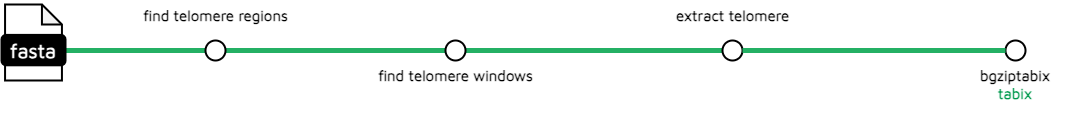
The draw.io diagram docs/images/v1-1-0/treeval_1_1_0_telo_finder.png in sanger-tol/treeval, before a commit. Source tidied: cells renumbered, new cells last; positions are measured from the earlier drawing's top-left corner, leaving out a move shared by most shapes.
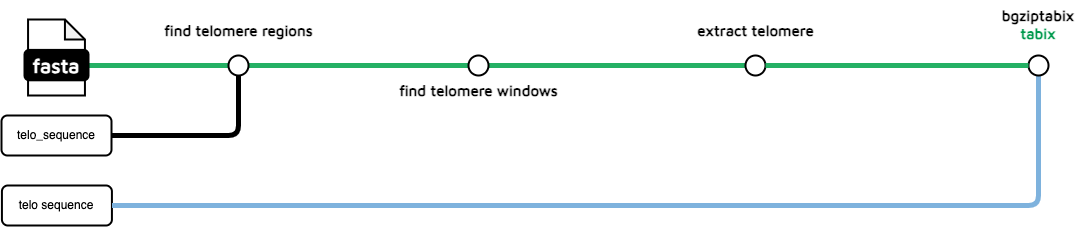
Later version of the same file.

What changed in the source:
```diff
@@ -2,43 +2,66 @@
   <root>
     <mxCell id="0" />
     <mxCell id="1" parent="0" />
-    <mxCell id="2" style="endArrow=none;html=1;rounded=1;strokeWidth=5;strokeColor=#24B064;entryX=0;entryY=0.5;entryDx=0;entryDy=0;labelBackgroundColor=none;" parent="1" edge="1" target="9">
-      <mxGeometry relative="1" as="geometry">
-        <mxPoint x="64" y="50" as="sourcePoint" />
-      </mxGeometry>
+    <mxCell id="2" value="telo sequence" style="rounded=1;whiteSpace=wrap;html=1;strokeWidth=2;labelBackgroundColor=none;" parent="1" vertex="1">
+      <mxGeometry x="4797.4" y="6700" width="110" height="40" as="geometry" />
     </mxCell>
-    <mxCell id="3" style="ellipse;whiteSpace=wrap;html=1;rounded=1;rotation=0;strokeWidth=2;labelBackgroundColor=none;" parent="1" vertex="1">
-      <mxGeometry x="204" y="40" width="20" height="20" as="geometry" />
+    <mxCell id="3" style="endArrow=none;html=1;rounded=1;strokeWidth=5;strokeColor=#7EB2DD;labelBackgroundColor=none;exitX=1;exitY=0.5;exitDx=0;exitDy=0;" parent="1" edge="1" source="2">
+      <mxGeometry relative="1" as="geometry">
+        <mxPoint x="5834" y="6590" as="targetPoint" />
+        <Array as="points">
+          <mxPoint x="5174" y="6720" />
+          <mxPoint x="5834" y="6720" />
+        </Array>
+      </mxGeometry>
     </mxCell>
-    <mxCell id="4" style="ellipse;whiteSpace=wrap;html=1;rounded=1;rotation=0;strokeWidth=2;labelBackgroundColor=none;" parent="1" vertex="1">
-      <mxGeometry x="444" y="40" width="20" height="20" as="geometry" />
+    <mxCell id="4" style="endArrow=none;html=1;rounded=1;strokeWidth=5;labelBackgroundColor=none;entryX=0.5;entryY=1;entryDx=0;entryDy=0;" parent="1" edge="1" target="6">
+      <mxGeometry relative="1" as="geometry">
+        <mxPoint x="4904" y="6650" as="sourcePoint" />
+        <Array as="points">
+          <mxPoint x="5034" y="6650" />
+        </Array>
+      </mxGeometry>
     </mxCell>
-    <mxCell id="5" style="ellipse;whiteSpace=wrap;html=1;rounded=1;rotation=0;strokeWidth=2;labelBackgroundColor=none;" parent="1" vertex="1">
-      <mxGeometry x="1004" y="40" width="20" height="20" as="geometry" />
+    <mxCell id="5" style="endArrow=none;html=1;rounded=1;strokeWidth=5;strokeColor=#24B064;entryX=0;entryY=0.5;entryDx=0;entryDy=0;labelBackgroundColor=none;" parent="1" edge="1" target="12">
+      <mxGeometry relative="1" as="geometry">
+        <mxPoint x="4884" y="6580" as="sourcePoint" />
+      </mxGeometry>
     </mxCell>
-    <mxCell id="6" value="find telomere regions" style="text;html=1;align=center;verticalAlign=middle;points=[];strokeColor=none;fillColor=none;fontSize=15;fontFamily=Maven Pro;fontSource=https%3A%2F%2Ffonts.googleapis.com%2Fcss%3Ffamily%3DMaven%2BPro;fontStyle=1;labelBackgroundColor=none;" parent="1" vertex="1">
-      <mxGeometry x="129" width="170" height="30" as="geometry" />
+    <mxCell id="6" style="ellipse;whiteSpace=wrap;html=1;rounded=1;rotation=0;strokeWidth=2;labelBackgroundColor=none;" parent="1" vertex="1">
+      <mxGeometry x="5024" y="6570" width="20" height="20" as="geometry" />
     </mxCell>
-    <mxCell id="7" value="find telomere windows" style="text;html=1;align=center;verticalAlign=middle;strokeColor=none;fillColor=none;fontSize=15;fontFamily=Maven Pro;fontSource=https%3A%2F%2Ffonts.googleapis.com%2Fcss%3Ffamily%3DMaven%2BPro;fontStyle=1;labelBackgroundColor=none;" parent="1" vertex="1">
-      <mxGeometry x="364" y="60" width="180" height="30" as="geometry" />
+    <mxCell id="7" style="ellipse;whiteSpace=wrap;html=1;rounded=1;rotation=0;strokeWidth=2;labelBackgroundColor=none;" parent="1" vertex="1">
+      <mxGeometry x="5264" y="6570" width="20" height="20" as="geometry" />
     </mxCell>
-    <mxCell id="8" value="extract telomere" style="text;html=1;align=center;verticalAlign=middle;points=[];strokeColor=none;fillColor=none;fontSize=15;fontFamily=Maven Pro;fontSource=https%3A%2F%2Ffonts.googleapis.com%2Fcss%3Ffamily%3DMaven%2BPro;fontStyle=1;labelBackgroundColor=none;" parent="1" vertex="1">
-      <mxGeometry x="661" width="140" height="30" as="geometry" />
+    <mxCell id="8" style="ellipse;whiteSpace=wrap;html=1;rounded=1;rotation=0;strokeWidth=2;labelBackgroundColor=none;" parent="1" vertex="1">
+      <mxGeometry x="5824" y="6570" width="20" height="20" as="geometry" />
     </mxCell>
-    <mxCell id="9" style="ellipse;whiteSpace=wrap;html=1;rounded=1;rotation=0;strokeWidth=2;labelBackgroundColor=none;" parent="1" vertex="1">
-      <mxGeometry x="721" y="40" width="20" height="20" as="geometry" />
+    <mxCell id="9" value="find telomere regions" style="text;html=1;align=center;verticalAlign=middle;points=[];strokeColor=none;fillColor=none;fontSize=15;fontFamily=Maven Pro;fontSource=https%3A%2F%2Ffonts.googleapis.com%2Fcss%3Ffamily%3DMaven%2BPro;fontStyle=1;labelBackgroundColor=none;" parent="1" vertex="1">
+      <mxGeometry x="4949" y="6530" width="170" height="30" as="geometry" />
     </mxCell>
-    <mxCell id="10" style="endArrow=none;html=1;rounded=1;strokeWidth=5;strokeColor=#24B064;entryX=0;entryY=0.5;entryDx=0;entryDy=0;labelBackgroundColor=none;" parent="1" edge="1" source="9" target="5">
-      <mxGeometry relative="1" as="geometry" />
+    <mxCell id="10" value="find telomere windows" style="text;html=1;align=center;verticalAlign=middle;strokeColor=none;fillColor=none;fontSize=15;fontFamily=Maven Pro;fontSource=https%3A%2F%2Ffonts.googleapis.com%2Fcss%3Ffamily%3DMaven%2BPro;fontStyle=1;labelBackgroundColor=none;" parent="1" vertex="1">
+      <mxGeometry x="5184" y="6590" width="180" height="30" as="geometry" />
     </mxCell>
-    <mxCell id="11" value="&lt;span style=&quot;color: rgb(0, 0, 0); font-family: &amp;quot;Maven Pro&amp;quot;; font-size: 15px; font-style: normal; font-variant-ligatures: normal; font-variant-caps: normal; font-weight: 700; letter-spacing: normal; orphans: 2; text-indent: 0px; text-transform: none; widows: 2; word-spacing: 0px; -webkit-text-stroke-width: 0px; text-decoration-thickness: initial; text-decoration-style: initial; text-decoration-color: initial; float: none; display: inline !important;&quot;&gt;bgziptabix&lt;/span&gt;&lt;br style=&quot;border-color: var(--border-color); color: rgb(0, 0, 0); font-family: &amp;quot;Maven Pro&amp;quot;; font-size: 15px; font-style: normal; font-variant-ligatures: normal; font-variant-caps: normal; font-weight: 700; letter-spacing: normal; orphans: 2; text-indent: 0px; text-transform: none; widows: 2; word-spacing: 0px; -webkit-text-stroke-width: 0px; text-decoration-thickness: initial; text-decoration-style: initial; text-decoration-color: initial;&quot;&gt;&lt;font color=&quot;#00994d&quot; style=&quot;border-color: var(--border-color); font-family: &amp;quot;Maven Pro&amp;quot;; font-size: 15px; font-style: normal; font-variant-ligatures: normal; font-variant-caps: normal; font-weight: 700; letter-spacing: normal; orphans: 2; text-indent: 0px; text-transform: none; widows: 2; word-spacing: 0px; -webkit-text-stroke-width: 0px; text-decoration-thickness: initial; text-decoration-style: initial; text-decoration-color: initial;&quot;&gt;tabix&lt;/font&gt;" style="text;whiteSpace=wrap;html=1;align=center;labelBackgroundColor=none;" parent="1" vertex="1">
-      <mxGeometry x="964" y="60" width="100" height="60" as="geometry" />
+    <mxCell id="11" value="extract telomere" style="text;html=1;align=center;verticalAlign=middle;strokeColor=none;fillColor=none;fontSize=15;fontFamily=Maven Pro;fontSource=https%3A%2F%2Ffonts.googleapis.com%2Fcss%3Ffamily%3DMaven%2BPro;fontStyle=1;labelBackgroundColor=none;" parent="1" vertex="1">
+      <mxGeometry x="5481" y="6530" width="140" height="30" as="geometry" />
     </mxCell>
-    <mxCell id="12" style="shape=note;whiteSpace=wrap;html=1;backgroundOutline=1;darkOpacity=0.05;rounded=1;size=20;strokeWidth=2;labelBackgroundColor=none;" parent="1" vertex="1">
-      <mxGeometry x="3.6" y="4" width="56.9" height="76" as="geometry" />
+    <mxCell id="12" style="ellipse;whiteSpace=wrap;html=1;rounded=1;rotation=0;strokeWidth=2;labelBackgroundColor=none;" parent="1" vertex="1">
+      <mxGeometry x="5541" y="6570" width="20" height="20" as="geometry" />
     </mxCell>
-    <mxCell id="13" value="&lt;font face=&quot;Maven Pro&quot; color=&quot;#ffffff&quot;&gt;&lt;b&gt;&lt;font style=&quot;font-size: 20px;&quot;&gt;fasta&lt;/font&gt;&lt;/b&gt;&lt;/font&gt;" style="rounded=1;whiteSpace=wrap;html=1;strokeWidth=2;fillColor=#000000;labelBackgroundColor=none;" parent="1" vertex="1">
-      <mxGeometry y="34.4" width="64" height="30.4" as="geometry" />
+    <mxCell id="13" style="endArrow=none;html=1;rounded=1;strokeWidth=5;strokeColor=#24B064;entryX=0;entryY=0.5;entryDx=0;entryDy=0;labelBackgroundColor=none;" parent="1" edge="1" source="12" target="8">
+      <mxGeometry relative="1" as="geometry" />
     </mxCell>
+    <mxCell id="14" value="&lt;span style=&quot;color: rgb(0, 0, 0); font-family: &amp;quot;Maven Pro&amp;quot;; font-size: 15px; font-style: normal; font-variant-ligatures: normal; font-variant-caps: normal; font-weight: 700; letter-spacing: normal; orphans: 2; text-indent: 0px; text-transform: none; widows: 2; word-spacing: 0px; -webkit-text-stroke-width: 0px; text-decoration-thickness: initial; text-decoration-style: initial; text-decoration-color: initial; float: none; display: inline !important;&quot;&gt;bgziptabix&lt;/span&gt;&lt;br style=&quot;border-color: var(--border-color); color: rgb(0, 0, 0); font-family: &amp;quot;Maven Pro&amp;quot;; font-size: 15px; font-style: normal; font-variant-ligatures: normal; font-variant-caps: normal; font-weight: 700; letter-spacing: normal; orphans: 2; text-indent: 0px; text-transform: none; widows: 2; word-spacing: 0px; -webkit-text-stroke-width: 0px; text-decoration-thickness: initial; text-decoration-style: initial; text-decoration-color: initial;&quot;&gt;&lt;font color=&quot;#00994d&quot; style=&quot;border-color: var(--border-color); font-family: &amp;quot;Maven Pro&amp;quot;; font-size: 15px; font-style: normal; font-variant-ligatures: normal; font-variant-caps: normal; font-weight: 700; letter-spacing: normal; orphans: 2; text-indent: 0px; text-transform: none; widows: 2; word-spacing: 0px; -webkit-text-stroke-width: 0px; text-decoration-thickness: initial; text-decoration-style: initial; text-decoration-color: initial;&quot;&gt;tabix&lt;/font&gt;" style="text;whiteSpace=wrap;html=1;align=center;labelBackgroundColor=none;" parent="1" vertex="1">
+      <mxGeometry x="5784" y="6515" width="100" height="60" as="geometry" />
+    </mxCell>
+    <mxCell id="15" style="shape=note;whiteSpace=wrap;html=1;backgroundOutline=1;darkOpacity=0.05;rounded=1;size=20;strokeWidth=2;labelBackgroundColor=none;" parent="1" vertex="1">
+      <mxGeometry x="4823.6" y="6534" width="56.9" height="76" as="geometry" />
+    </mxCell>
+    <mxCell id="16" value="&lt;font face=&quot;Maven Pro&quot; color=&quot;#ffffff&quot;&gt;&lt;b&gt;&lt;font style=&quot;font-size: 20px;&quot;&gt;fasta&lt;/font&gt;&lt;/b&gt;&lt;/font&gt;" style="rounded=1;whiteSpace=wrap;html=1;strokeWidth=2;fillColor=#000000;labelBackgroundColor=none;" parent="1" vertex="1">
+      <mxGeometry x="4820" y="6564.4" width="64" height="30.4" as="geometry" />
+    </mxCell>
+    <mxCell id="17" value="telo_sequence" style="rounded=1;whiteSpace=wrap;html=1;strokeWidth=2;labelBackgroundColor=none;" parent="1" vertex="1">
+      <mxGeometry x="4797" y="6630" width="110" height="40" as="geometry" />
+    </mxCell>
   </root>
 </mxGraphModel>
```
